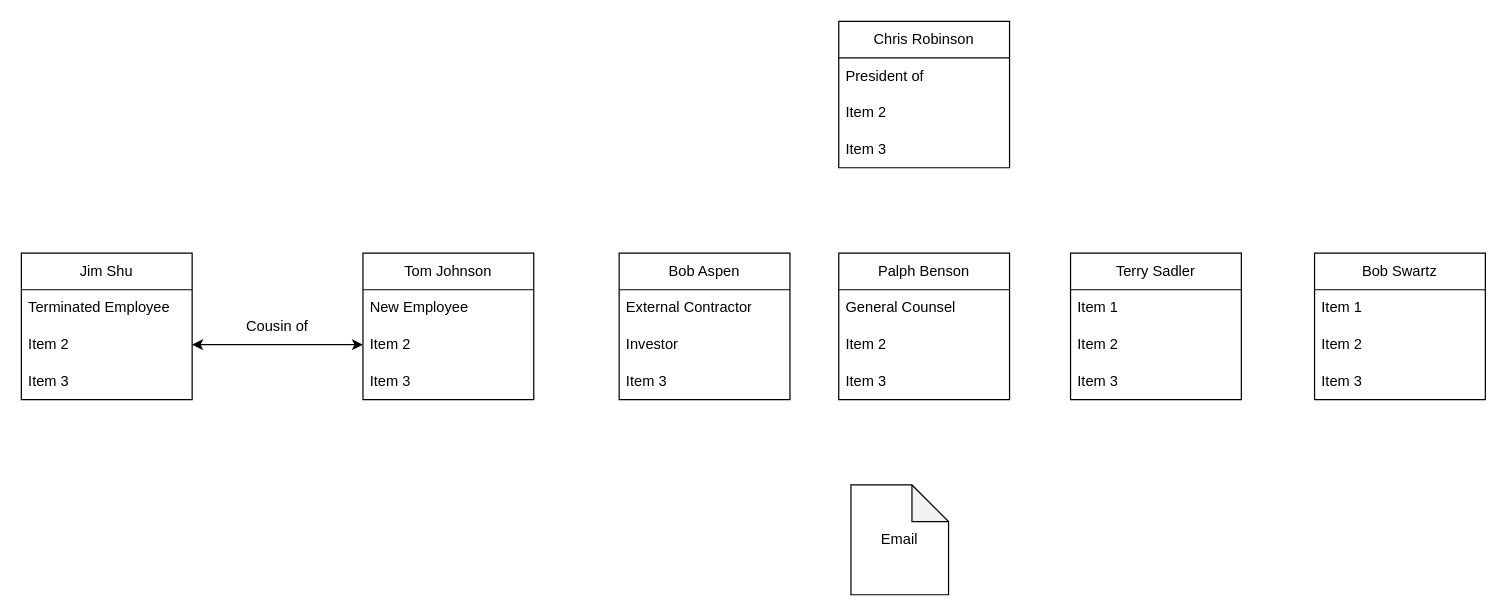
Jeenix/info-sec keeps this draw.io diagram as Untitled Diagram.drawio. Above is the earlier version. Source tidied: cells renumbered, new cells numbered last; positions are measured from the earlier drawing's top-left corner, leaving out a move shared by most shapes. Both pictures are drawn from the tidied source at 122%, with x=0, y=0 at pixel (21, 21).
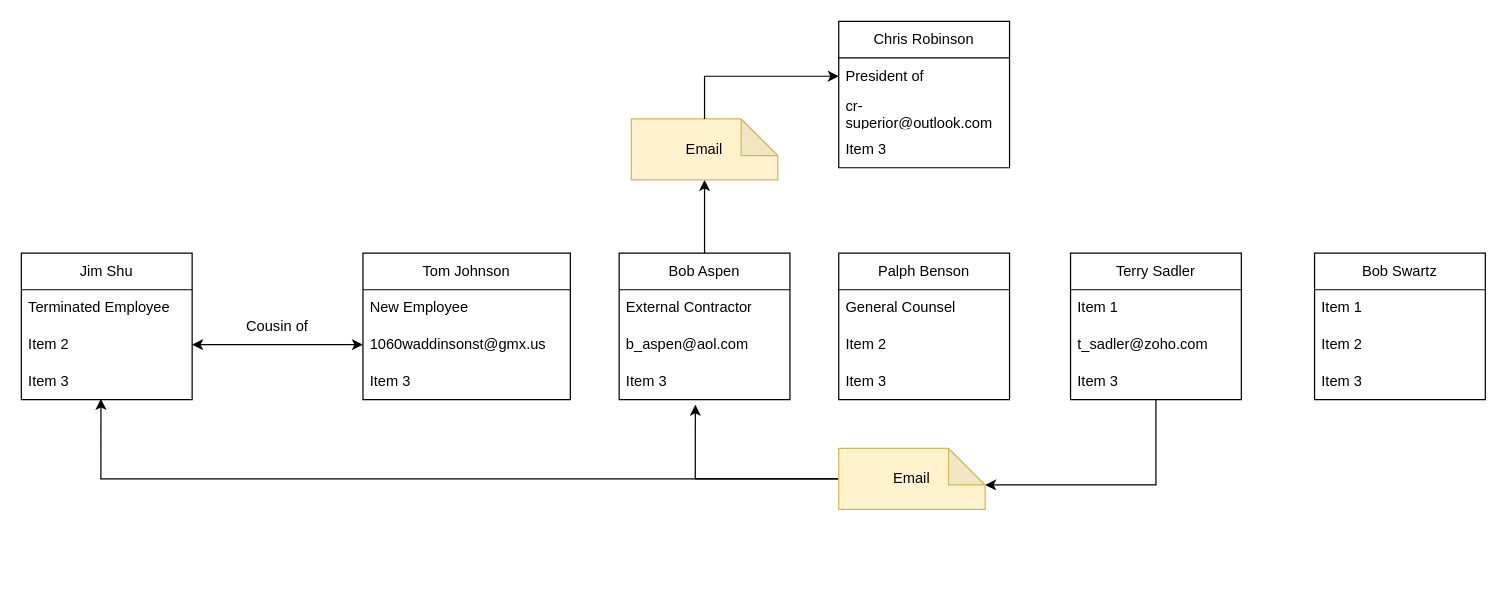
The same page after the edit.

Unchanged cells that the change refers to:
```xml
<mxCell id="9" value="Item 3" style="text;strokeColor=none;fillColor=none;align=left;verticalAlign=middle;spacingLeft=4;spacingRight=4;overflow=hidden;points=[[0,0.5],[1,0.5]];portConstraint=eastwest;whiteSpace=wrap;html=1;" parent="6" vertex="1">
  <mxGeometry y="90" width="140" height="30" as="geometry" />
</mxCell>
<mxCell id="12" value="Chris Robinson" style="swimlane;fontStyle=0;horizontal=1;startSize=30;whiteSpace=wrap;html=1;" parent="1" vertex="1">
  <mxGeometry x="670" width="140" height="120" as="geometry" />
</mxCell>
<mxCell id="13" value="President of&amp;nbsp;" style="text;strokeColor=none;fillColor=none;align=left;verticalAlign=middle;spacingLeft=4;spacingRight=4;overflow=hidden;points=[[0,0.5],[1,0.5]];portConstraint=eastwest;whiteSpace=wrap;html=1;" parent="12" vertex="1">
  <mxGeometry y="30" width="140" height="30" as="geometry" />
</mxCell>
<mxCell id="16" value="Bob Aspen" style="swimlane;fontStyle=0;horizontal=1;startSize=30;whiteSpace=wrap;html=1;" parent="1" vertex="1">
  <mxGeometry x="490" y="190" width="140" height="120" as="geometry" />
</mxCell>
<mxCell id="19" value="Item 3" style="text;strokeColor=none;fillColor=none;align=left;verticalAlign=middle;spacingLeft=4;spacingRight=4;overflow=hidden;points=[[0,0.5],[1,0.5]];portConstraint=eastwest;whiteSpace=wrap;html=1;" parent="16" vertex="1">
  <mxGeometry y="90" width="140" height="30" as="geometry" />
</mxCell>
<mxCell id="24" value="Terry Sadler" style="swimlane;fontStyle=0;horizontal=1;startSize=30;whiteSpace=wrap;html=1;" parent="1" vertex="1">
  <mxGeometry x="860" y="190" width="140" height="120" as="geometry" />
</mxCell>
```

What changed in the source:
```diff
@@
     <mxCell id="2" value="Tom Johnson" style="swimlane;fontStyle=0;horizontal=1;startSize=30;whiteSpace=wrap;html=1;" parent="1" vertex="1">
-      <mxGeometry x="280" y="190" width="140" height="120" as="geometry" />
+      <mxGeometry x="280" y="190" width="170" height="120" as="geometry" />
     </mxCell>
     <mxCell id="3" value="New Employee" style="text;strokeColor=none;fillColor=none;align=left;verticalAlign=middle;spacingLeft=4;spacingRight=4;overflow=hidden;whiteSpace=wrap;html=1;" parent="2" vertex="1">
-      <mxGeometry y="30" width="140" height="30" as="geometry" />
+      <mxGeometry y="30" width="170" height="30" as="geometry" />
     </mxCell>
-    <mxCell id="4" value="Item 2" style="text;strokeColor=none;fillColor=none;align=left;verticalAlign=middle;spacingLeft=4;spacingRight=4;overflow=hidden;points=[[0,0.5],[1,0.5]];portConstraint=eastwest;whiteSpace=wrap;html=1;" parent="2" vertex="1">
-      <mxGeometry y="60" width="140" height="30" as="geometry" />
+    <mxCell id="4" value="1060waddinsonst@gmx.us" style="text;strokeColor=none;fillColor=none;align=left;verticalAlign=middle;spacingLeft=4;spacingRight=4;overflow=hidden;points=[[0,0.5],[1,0.5]];portConstraint=eastwest;whiteSpace=wrap;html=1;" parent="2" vertex="1">
+      <mxGeometry y="60" width="170" height="30" as="geometry" />
     </mxCell>
     <mxCell id="5" value="Item 3" style="text;strokeColor=none;fillColor=none;align=left;verticalAlign=middle;spacingLeft=4;spacingRight=4;overflow=hidden;whiteSpace=wrap;html=1;" parent="2" vertex="1">
-      <mxGeometry y="90" width="140" height="30" as="geometry" />
+      <mxGeometry y="90" width="170" height="30" as="geometry" />
     </mxCell>
@@
-    <mxCell id="14" value="Item 2" style="text;strokeColor=none;fillColor=none;align=left;verticalAlign=middle;spacingLeft=4;spacingRight=4;overflow=hidden;whiteSpace=wrap;html=1;" parent="12" vertex="1">
+    <mxCell id="14" value="cr-superior@outlook.com" style="text;strokeColor=none;fillColor=none;align=left;verticalAlign=middle;spacingLeft=4;spacingRight=4;overflow=hidden;whiteSpace=wrap;html=1;" parent="12" vertex="1">
       <mxGeometry y="60" width="140" height="30" as="geometry" />
     </mxCell>
@@
+    <mxCell id="33" style="edgeStyle=orthogonalEdgeStyle;rounded=0;jettySize=auto;html=1;entryX=0.5;entryY=1;entryDx=0;entryDy=0;entryPerimeter=0;" parent="1" edge="1" source="16" target="32">
+      <mxGeometry relative="1" as="geometry" />
+    </mxCell>
@@
-    <mxCell id="18" value="Investor" style="text;strokeColor=none;fillColor=none;align=left;verticalAlign=middle;spacingLeft=4;spacingRight=4;overflow=hidden;whiteSpace=wrap;html=1;" parent="16" vertex="1">
+    <mxCell id="18" value="b_aspen@aol.com" style="text;strokeColor=none;fillColor=none;align=left;verticalAlign=middle;spacingLeft=4;spacingRight=4;overflow=hidden;whiteSpace=wrap;html=1;" parent="16" vertex="1">
       <mxGeometry y="60" width="140" height="30" as="geometry" />
     </mxCell>
@@
+    <mxCell id="34" style="edgeStyle=orthogonalEdgeStyle;rounded=0;jettySize=auto;html=1;entryX=0;entryY=0;entryDx=120;entryDy=30;entryPerimeter=0;" parent="1" edge="1" source="24" target="37">
+      <mxGeometry relative="1" as="geometry">
+        <Array as="points">
+          <mxPoint x="930" y="380" />
+        </Array>
+      </mxGeometry>
+    </mxCell>
@@
-    <mxCell id="26" value="Item 2" style="text;strokeColor=none;fillColor=none;align=left;verticalAlign=middle;spacingLeft=4;spacingRight=4;overflow=hidden;whiteSpace=wrap;html=1;" parent="24" vertex="1">
+    <mxCell id="26" value="t_sadler@zoho.com" style="text;strokeColor=none;fillColor=none;align=left;verticalAlign=middle;spacingLeft=4;spacingRight=4;overflow=hidden;whiteSpace=wrap;html=1;" parent="24" vertex="1">
       <mxGeometry y="60" width="140" height="30" as="geometry" />
     </mxCell>
@@
-    <mxCell id="32" value="Email&lt;br&gt;" style="shape=note;whiteSpace=wrap;html=1;backgroundOutline=1;darkOpacity=0.05;" parent="1" vertex="1">
-      <mxGeometry x="680" y="380" width="80" height="90" as="geometry" />
+    <mxCell id="32" value="Email&lt;br&gt;" style="shape=note;whiteSpace=wrap;html=1;backgroundOutline=1;darkOpacity=0.05;fillColor=#fff2cc;strokeColor=#d6b656;" parent="1" vertex="1">
+      <mxGeometry x="500" y="80" width="120" height="50" as="geometry" />
     </mxCell>
+    <mxCell id="35" style="edgeStyle=orthogonalEdgeStyle;rounded=0;jettySize=auto;html=1;entryX=0.466;entryY=0.98;entryDx=0;entryDy=0;entryPerimeter=0;" parent="1" edge="1" source="37" target="9">
+      <mxGeometry relative="1" as="geometry">
+        <Array as="points">
+          <mxPoint x="65" y="375" />
+        </Array>
+      </mxGeometry>
+    </mxCell>
+    <mxCell id="36" style="edgeStyle=orthogonalEdgeStyle;rounded=0;jettySize=auto;html=1;entryX=0.446;entryY=1.14;entryDx=0;entryDy=0;entryPerimeter=0;" parent="1" edge="1" source="37" target="19">
+      <mxGeometry relative="1" as="geometry">
+        <Array as="points">
+          <mxPoint x="552" y="375" />
+        </Array>
+      </mxGeometry>
+    </mxCell>
+    <mxCell id="37" value="Email&lt;br&gt;" style="shape=note;whiteSpace=wrap;html=1;backgroundOutline=1;darkOpacity=0.05;fillColor=#fff2cc;strokeColor=#d6b656;" parent="1" vertex="1">
+      <mxGeometry x="670" y="350" width="120" height="50" as="geometry" />
+    </mxCell>
+    <mxCell id="38" style="edgeStyle=orthogonalEdgeStyle;rounded=0;jettySize=auto;html=1;exitX=0.5;exitY=0;exitDx=0;exitDy=0;exitPerimeter=0;" parent="1" edge="1" source="32" target="13">
+      <mxGeometry relative="1" as="geometry" />
+    </mxCell>
```
